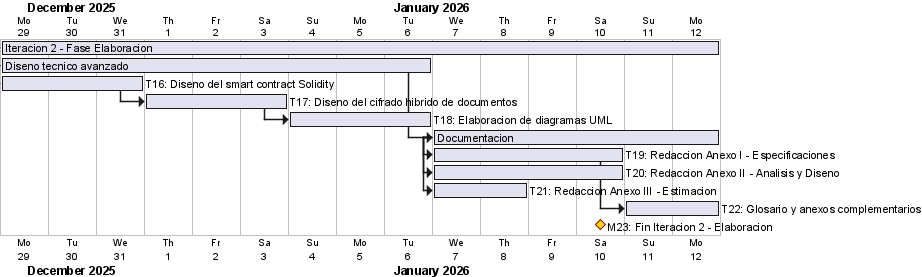
Before: anexos/diagramas/gantt-elab2.png, a diagram exported from PlantUML (ErDeivih/DocumentChain).
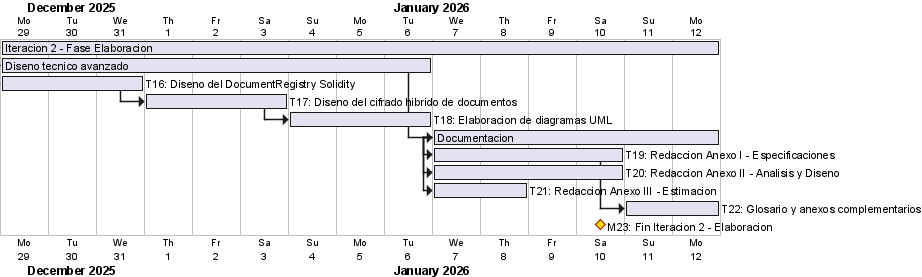
The same diagram one commit later.

Diff of the diagram source:
```diff
@@ -7,10 +7,10 @@
 
 [Diseno tecnico avanzado] lasts 9 days
 [Diseno tecnico avanzado] starts at [Iteracion 2 - Fase Elaboracion]'s start
-[T16: Diseno del smart contract Solidity] lasts 3 days
-[T16: Diseno del smart contract Solidity] starts at [Diseno tecnico avanzado]'s start
+[T16: Diseno del DocumentRegistry Solidity] lasts 3 days
+[T16: Diseno del DocumentRegistry Solidity] starts at [Diseno tecnico avanzado]'s start
 [T17: Diseno del cifrado hibrido de documentos] lasts 3 days
-[T17: Diseno del cifrado hibrido de documentos] starts at [T16: Diseno del smart contract Solidity]'s end
+[T17: Diseno del cifrado hibrido de documentos] starts at [T16: Diseno del DocumentRegistry Solidity]'s end
 [T18: Elaboracion de diagramas UML] lasts 3 days
 [T18: Elaboracion de diagramas UML] starts at [T17: Diseno del cifrado hibrido de documentos]'s end
 
```
